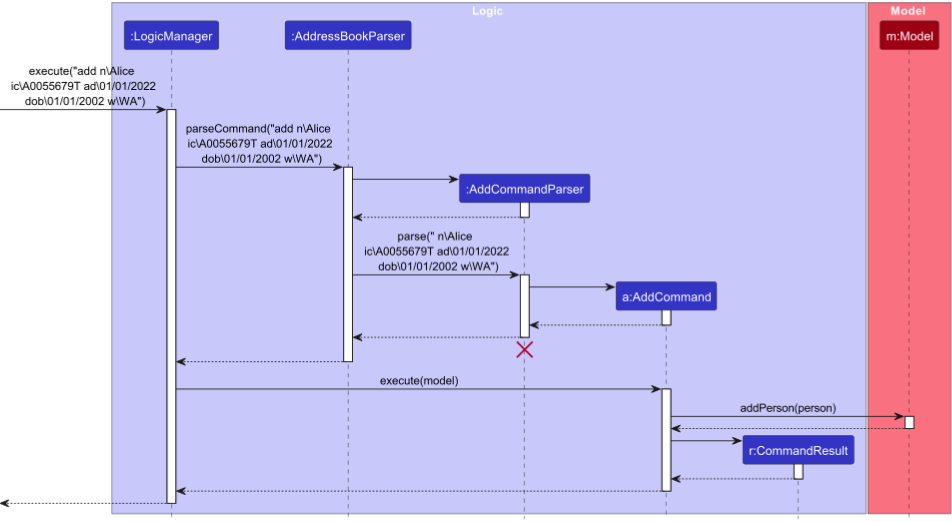
The PlantUML diagram docs/images/AddSequenceDiagram.png in swtan346/tp, before a commit. Its source is kept beside it as docs/diagrams/AddSequenceDiagram.puml. The source it was exported from:
```plantuml
@startuml
!include style.puml
skinparam ArrowFontStyle plain

box Logic LOGIC_COLOR_T1
participant ":LogicManager" as LogicManager LOGIC_COLOR
participant ":AddressBookParser" as AddressBookParser LOGIC_COLOR
participant ":AddCommandParser" as AddCommandParser LOGIC_COLOR
participant "a:AddCommand" as AddCommand LOGIC_COLOR
participant "r:CommandResult" as CommandResult LOGIC_COLOR
end box

box Model MODEL_COLOR_T1
participant "m:Model" as Model MODEL_COLOR
end box
[-> LogicManager : execute("add n\Alice \n ic\A0055679T ad\01/01/2022 \n dob\01/01/2002 w\WA")
activate LogicManager
LogicManager -> AddressBookParser : parseCommand("add n\Alice \n ic\A0055679T ad\01/01/2022 \n dob\01/01/2002 w\WA")
activate AddressBookParser

create AddCommandParser
AddressBookParser -> AddCommandParser
activate AddCommandParser

AddCommandParser --> AddressBookParser
deactivate AddCommandParser
AddressBookParser -> AddCommandParser : parse(" n\Alice \n ic\A0055679T ad\01/01/2022 \n dob\01/01/2002 w\WA")
activate AddCommandParser

create AddCommand
AddCommandParser -> AddCommand
activate AddCommand

AddCommand --> AddCommandParser :
deactivate AddCommand

AddCommandParser --> AddressBookParser
deactivate AddCommandParser
AddCommandParser -[hidden]-> AddressBookParser
destroy AddCommandParser

AddressBookParser --> LogicManager
deactivate AddressBookParser

LogicManager -> AddCommand : execute(model)
activate AddCommand
AddCommand -> Model : addPerson(person)
activate Model

Model --> AddCommand
deactivate Model

create CommandResult
AddCommand -> CommandResult
activate CommandResult

CommandResult --> AddCommand
deactivate CommandResult

AddCommand --> LogicManager :
deactivate AddCommand

[<--LogicManager
deactivate LogicManager
@enduml
```
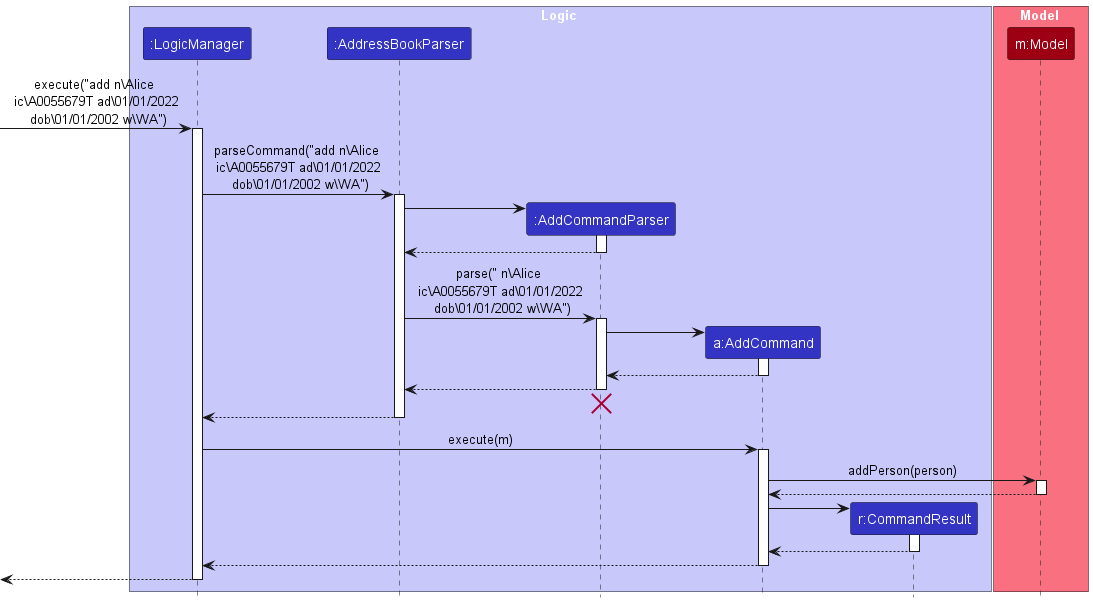
Above is the later version.

The edit, as a diff of the source:
```diff
@@ -42,7 +42,7 @@
 AddressBookParser --> LogicManager
 deactivate AddressBookParser
 
-LogicManager -> AddCommand : execute(model)
+LogicManager -> AddCommand : execute(m)
 activate AddCommand
 AddCommand -> Model : addPerson(person)
 activate Model
```
